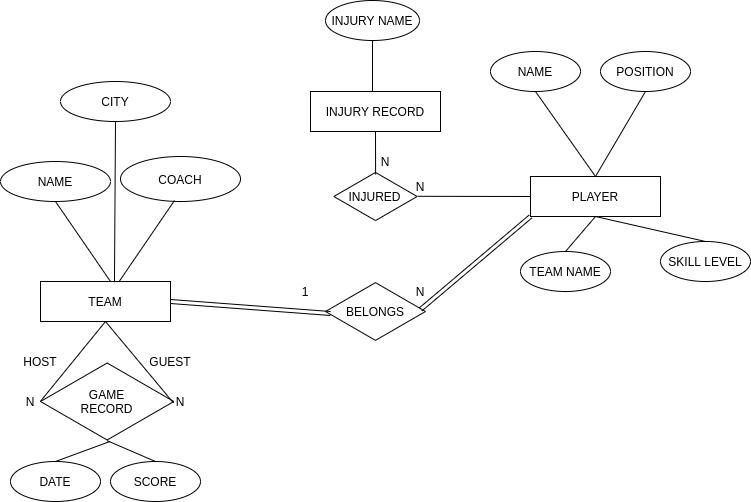
The draw.io diagram SEM III/DBMS/ASSIGNMENT-3/ONE.png in KeshariPiyush24/B.TECH-CS, before a commit. Source tidied: cells renumbered, new cells last; positions are measured from the earlier drawing's top-left corner, leaving out a move shared by most shapes. Its diagram source:
```xml
<mxGraphModel background="#ffffff">
  <root>
    <mxCell id="0" />
    <mxCell id="1" parent="0" />
    <mxCell id="2" value="TEAM" style="rounded=0;whiteSpace=wrap;html=1;" parent="1" vertex="1">
      <mxGeometry x="40" y="281" width="130" height="40" as="geometry" />
    </mxCell>
    <mxCell id="3" value="INJURY RECORD" style="rounded=0;whiteSpace=wrap;html=1;" parent="1" vertex="1">
      <mxGeometry x="310" y="91" width="130" height="40" as="geometry" />
    </mxCell>
    <mxCell id="4" value="PLAYER" style="rounded=0;whiteSpace=wrap;html=1;" parent="1" vertex="1">
      <mxGeometry x="530" y="176" width="130" height="40" as="geometry" />
    </mxCell>
    <mxCell id="5" value="COACH" style="ellipse;whiteSpace=wrap;html=1;" parent="1" vertex="1">
      <mxGeometry x="120" y="156" width="120" height="45" as="geometry" />
    </mxCell>
    <mxCell id="6" value="NAME" style="ellipse;whiteSpace=wrap;html=1;" parent="1" vertex="1">
      <mxGeometry x="490" y="51" width="90" height="40" as="geometry" />
    </mxCell>
    <mxCell id="7" value="CITY" style="ellipse;whiteSpace=wrap;html=1;" parent="1" vertex="1">
      <mxGeometry x="60" y="81" width="110" height="40" as="geometry" />
    </mxCell>
    <mxCell id="8" value="NAME" style="ellipse;whiteSpace=wrap;html=1;" parent="1" vertex="1">
      <mxGeometry y="161" width="110" height="40" as="geometry" />
    </mxCell>
    <mxCell id="9" style="endArrow=none;html=1;" parent="1" edge="1" source="2">
      <mxGeometry relative="1" as="geometry">
        <mxPoint x="174" y="200" as="targetPoint" />
      </mxGeometry>
    </mxCell>
    <mxCell id="10" style="endArrow=none;html=1;entryX=0.5;entryY=1;entryDx=0;entryDy=0;exitX=0.569;exitY=0.016;exitDx=0;exitDy=0;exitPerimeter=0;" parent="1" edge="1" source="2" target="7">
      <mxGeometry relative="1" as="geometry" />
    </mxCell>
    <mxCell id="11" style="endArrow=none;html=1;entryX=0.5;entryY=1;entryDx=0;entryDy=0;" parent="1" edge="1" target="8">
      <mxGeometry relative="1" as="geometry">
        <mxPoint x="110" y="281" as="sourcePoint" />
      </mxGeometry>
    </mxCell>
    <mxCell id="12" value="POSITION" style="ellipse;whiteSpace=wrap;html=1;" parent="1" vertex="1">
      <mxGeometry x="600" y="51" width="90" height="40" as="geometry" />
    </mxCell>
    <mxCell id="13" value="DATE" style="ellipse;whiteSpace=wrap;html=1;" parent="1" vertex="1">
      <mxGeometry x="10" y="461" width="90" height="40" as="geometry" />
    </mxCell>
    <mxCell id="14" value="SCORE" style="ellipse;whiteSpace=wrap;html=1;" parent="1" vertex="1">
      <mxGeometry x="110" y="461" width="90" height="40" as="geometry" />
    </mxCell>
    <mxCell id="15" value="SKILL LEVEL" style="ellipse;whiteSpace=wrap;html=1;" parent="1" vertex="1">
      <mxGeometry x="660" y="241" width="90" height="40" as="geometry" />
    </mxCell>
    <mxCell id="16" value="TEAM NAME" style="ellipse;whiteSpace=wrap;html=1;" parent="1" vertex="1">
      <mxGeometry x="520" y="251" width="90" height="40" as="geometry" />
    </mxCell>
    <mxCell id="17" value="INJURED" style="html=1;whiteSpace=wrap;shape=isoRectangle;" parent="1" vertex="1">
      <mxGeometry x="333.3" y="171" width="83.3" height="50" as="geometry" />
    </mxCell>
    <mxCell id="18" style="endArrow=none;html=1;entryX=0.5;entryY=0;entryDx=0;entryDy=0;exitX=0.5;exitY=1;exitDx=0;exitDy=0;" parent="1" edge="1" source="6" target="4">
      <mxGeometry relative="1" as="geometry" />
    </mxCell>
    <mxCell id="19" style="endArrow=none;html=1;entryX=0.5;entryY=0;entryDx=0;entryDy=0;exitX=0.5;exitY=1;exitDx=0;exitDy=0;" parent="1" edge="1" source="12" target="4">
      <mxGeometry relative="1" as="geometry" />
    </mxCell>
    <mxCell id="20" style="endArrow=none;html=1;entryX=0.5;entryY=1;entryDx=0;entryDy=0;exitX=0.5;exitY=0;exitDx=0;exitDy=0;" parent="1" edge="1" source="16" target="4">
      <mxGeometry relative="1" as="geometry" />
    </mxCell>
    <mxCell id="21" style="endArrow=none;html=1;entryX=0.5;entryY=1;entryDx=0;entryDy=0;exitX=0.5;exitY=0;exitDx=0;exitDy=0;" parent="1" edge="1" source="15" target="4">
      <mxGeometry relative="1" as="geometry" />
    </mxCell>
    <mxCell id="22" style="endArrow=none;html=1;entryX=0.501;entryY=0.06;entryDx=0;entryDy=0;exitX=0.5;exitY=1;exitDx=0;exitDy=0;entryPerimeter=0;" parent="1" edge="1" source="3" target="17">
      <mxGeometry relative="1" as="geometry" />
    </mxCell>
    <mxCell id="23" style="endArrow=none;html=1;entryX=0;entryY=0.5;entryDx=0;entryDy=0;exitX=1.007;exitY=0.496;exitDx=0;exitDy=0;exitPerimeter=0;" parent="1" edge="1" source="17" target="4">
      <mxGeometry relative="1" as="geometry" />
    </mxCell>
    <mxCell id="24" value="GAME&lt;br&gt;RECORD" style="html=1;whiteSpace=wrap;shape=isoRectangle;" parent="1" vertex="1">
      <mxGeometry x="40" y="361" width="133.3" height="80" as="geometry" />
    </mxCell>
    <mxCell id="25" value="BELONGS" style="html=1;whiteSpace=wrap;shape=isoRectangle;" parent="1" vertex="1">
      <mxGeometry x="325" y="281" width="100" height="60" as="geometry" />
    </mxCell>
    <mxCell id="26" style="shape=link;html=1;exitX=1;exitY=0.5;exitDx=0;exitDy=0;" parent="1" edge="1" source="2">
      <mxGeometry relative="1" as="geometry">
        <mxPoint x="330" y="313" as="targetPoint" />
      </mxGeometry>
    </mxCell>
    <mxCell id="27" style="shape=link;html=1;entryX=0;entryY=1;entryDx=0;entryDy=0;" parent="1" edge="1" target="4">
      <mxGeometry relative="1" as="geometry">
        <mxPoint x="420" y="309" as="sourcePoint" />
      </mxGeometry>
    </mxCell>
    <mxCell id="28" style="endArrow=none;html=1;entryX=0.997;entryY=0.517;entryDx=0;entryDy=0;entryPerimeter=0;exitX=0.5;exitY=1;exitDx=0;exitDy=0;" parent="1" edge="1" source="2" target="24">
      <mxGeometry relative="1" as="geometry" />
    </mxCell>
    <mxCell id="29" style="endArrow=none;html=1;exitX=0.5;exitY=1;exitDx=0;exitDy=0;entryX=-0.001;entryY=0.499;entryDx=0;entryDy=0;entryPerimeter=0;" parent="1" edge="1" source="2" target="24">
      <mxGeometry relative="1" as="geometry" />
    </mxCell>
    <mxCell id="30" style="endArrow=none;html=1;exitX=0.5;exitY=0.99;exitDx=0;exitDy=0;exitPerimeter=0;entryX=0.5;entryY=0;entryDx=0;entryDy=0;" parent="1" edge="1" source="24" target="14">
      <mxGeometry relative="1" as="geometry" />
    </mxCell>
    <mxCell id="31" style="endArrow=none;html=1;exitX=0.522;exitY=0.999;exitDx=0;exitDy=0;exitPerimeter=0;entryX=0.5;entryY=0;entryDx=0;entryDy=0;" parent="1" edge="1" source="24" target="13">
      <mxGeometry relative="1" as="geometry" />
    </mxCell>
    <mxCell id="32" value="1" style="text;html=1;strokeColor=none;fillColor=none;align=center;verticalAlign=middle;whiteSpace=wrap;rounded=0;" parent="1" vertex="1">
      <mxGeometry x="285" y="281" width="40" height="20" as="geometry" />
    </mxCell>
    <mxCell id="33" value="N" style="text;html=1;strokeColor=none;fillColor=none;align=center;verticalAlign=middle;whiteSpace=wrap;rounded=0;" parent="1" vertex="1">
      <mxGeometry x="400" y="281" width="40" height="20" as="geometry" />
    </mxCell>
    <mxCell id="34" value="N" style="text;html=1;strokeColor=none;fillColor=none;align=center;verticalAlign=middle;whiteSpace=wrap;rounded=0;" parent="1" vertex="1">
      <mxGeometry x="400" y="176" width="40" height="20" as="geometry" />
    </mxCell>
    <mxCell id="35" value="N" style="text;html=1;strokeColor=none;fillColor=none;align=center;verticalAlign=middle;whiteSpace=wrap;rounded=0;" parent="1" vertex="1">
      <mxGeometry x="365" y="151" width="40" height="20" as="geometry" />
    </mxCell>
    <mxCell id="36" value="N" style="text;html=1;strokeColor=none;fillColor=none;align=center;verticalAlign=middle;whiteSpace=wrap;rounded=0;" parent="1" vertex="1">
      <mxGeometry x="10" y="391" width="40" height="20" as="geometry" />
    </mxCell>
    <mxCell id="37" value="N" style="text;html=1;strokeColor=none;fillColor=none;align=center;verticalAlign=middle;whiteSpace=wrap;rounded=0;" parent="1" vertex="1">
      <mxGeometry x="160" y="391" width="40" height="20" as="geometry" />
    </mxCell>
    <mxCell id="38" value="HOST" style="text;html=1;strokeColor=none;fillColor=none;align=center;verticalAlign=middle;whiteSpace=wrap;rounded=0;" parent="1" vertex="1">
      <mxGeometry x="20" y="351" width="40" height="20" as="geometry" />
    </mxCell>
    <mxCell id="39" value="GUEST" style="text;html=1;strokeColor=none;fillColor=none;align=center;verticalAlign=middle;whiteSpace=wrap;rounded=0;" parent="1" vertex="1">
      <mxGeometry x="150" y="351" width="40" height="20" as="geometry" />
    </mxCell>
    <mxCell id="40" value="INJURY NAME" style="ellipse;whiteSpace=wrap;html=1;" parent="1" vertex="1">
      <mxGeometry x="325" width="94" height="40" as="geometry" />
    </mxCell>
    <mxCell id="41" style="endArrow=none;html=1;" parent="1" edge="1">
      <mxGeometry relative="1" as="geometry">
        <mxPoint x="372" y="91" as="sourcePoint" />
        <mxPoint x="372" y="40" as="targetPoint" />
      </mxGeometry>
    </mxCell>
  </root>
</mxGraphModel>
```
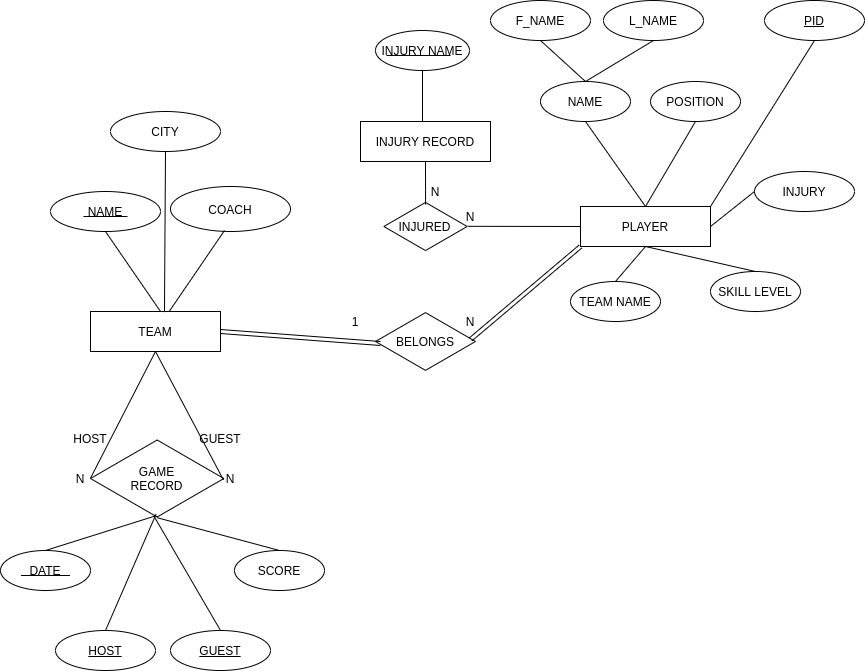
The same diagram one commit later.

The edit, as a diff of the source:
```diff
@@ -40,10 +40,10 @@
       <mxGeometry x="600" y="51" width="90" height="40" as="geometry" />
     </mxCell>
     <mxCell id="13" value="DATE" style="ellipse;whiteSpace=wrap;html=1;" parent="1" vertex="1">
-      <mxGeometry x="10" y="461" width="90" height="40" as="geometry" />
+      <mxGeometry x="-50" y="520" width="90" height="40" as="geometry" />
     </mxCell>
     <mxCell id="14" value="SCORE" style="ellipse;whiteSpace=wrap;html=1;" parent="1" vertex="1">
-      <mxGeometry x="110" y="461" width="90" height="40" as="geometry" />
+      <mxGeometry x="184" y="520" width="90" height="40" as="geometry" />
     </mxCell>
     <mxCell id="15" value="SKILL LEVEL" style="ellipse;whiteSpace=wrap;html=1;" parent="1" vertex="1">
       <mxGeometry x="660" y="241" width="90" height="40" as="geometry" />
@@ -73,7 +73,7 @@
       <mxGeometry relative="1" as="geometry" />
     </mxCell>
     <mxCell id="24" value="GAME&lt;br&gt;RECORD" style="html=1;whiteSpace=wrap;shape=isoRectangle;" parent="1" vertex="1">
-      <mxGeometry x="40" y="361" width="133.3" height="80" as="geometry" />
+      <mxGeometry x="40" y="408" width="133.3" height="80" as="geometry" />
     </mxCell>
     <mxCell id="25" value="BELONGS" style="html=1;whiteSpace=wrap;shape=isoRectangle;" parent="1" vertex="1">
       <mxGeometry x="325" y="281" width="100" height="60" as="geometry" />
@@ -97,7 +97,7 @@
     <mxCell id="30" style="endArrow=none;html=1;exitX=0.5;exitY=0.99;exitDx=0;exitDy=0;exitPerimeter=0;entryX=0.5;entryY=0;entryDx=0;entryDy=0;" parent="1" edge="1" source="24" target="14">
       <mxGeometry relative="1" as="geometry" />
     </mxCell>
-    <mxCell id="31" style="endArrow=none;html=1;exitX=0.522;exitY=0.999;exitDx=0;exitDy=0;exitPerimeter=0;entryX=0.5;entryY=0;entryDx=0;entryDy=0;" parent="1" edge="1" source="24" target="13">
+    <mxCell id="31" style="endArrow=none;html=1;entryX=0.5;entryY=0;entryDx=0;entryDy=0;exitX=0.492;exitY=0.965;exitDx=0;exitDy=0;exitPerimeter=0;" parent="1" edge="1" source="24" target="13">
       <mxGeometry relative="1" as="geometry" />
     </mxCell>
     <mxCell id="32" value="1" style="text;html=1;strokeColor=none;fillColor=none;align=center;verticalAlign=middle;whiteSpace=wrap;rounded=0;" parent="1" vertex="1">
@@ -113,16 +113,16 @@
       <mxGeometry x="365" y="151" width="40" height="20" as="geometry" />
     </mxCell>
     <mxCell id="36" value="N" style="text;html=1;strokeColor=none;fillColor=none;align=center;verticalAlign=middle;whiteSpace=wrap;rounded=0;" parent="1" vertex="1">
-      <mxGeometry x="10" y="391" width="40" height="20" as="geometry" />
+      <mxGeometry x="10" y="438" width="40" height="20" as="geometry" />
     </mxCell>
     <mxCell id="37" value="N" style="text;html=1;strokeColor=none;fillColor=none;align=center;verticalAlign=middle;whiteSpace=wrap;rounded=0;" parent="1" vertex="1">
-      <mxGeometry x="160" y="391" width="40" height="20" as="geometry" />
+      <mxGeometry x="160" y="438" width="40" height="20" as="geometry" />
     </mxCell>
     <mxCell id="38" value="HOST" style="text;html=1;strokeColor=none;fillColor=none;align=center;verticalAlign=middle;whiteSpace=wrap;rounded=0;" parent="1" vertex="1">
-      <mxGeometry x="20" y="351" width="40" height="20" as="geometry" />
+      <mxGeometry x="20" y="398" width="40" height="20" as="geometry" />
     </mxCell>
     <mxCell id="39" value="GUEST" style="text;html=1;strokeColor=none;fillColor=none;align=center;verticalAlign=middle;whiteSpace=wrap;rounded=0;" parent="1" vertex="1">
-      <mxGeometry x="150" y="351" width="40" height="20" as="geometry" />
+      <mxGeometry x="150" y="398" width="40" height="20" as="geometry" />
     </mxCell>
     <mxCell id="40" value="INJURY NAME" style="ellipse;whiteSpace=wrap;html=1;" parent="1" vertex="1">
       <mxGeometry x="325" width="94" height="40" as="geometry" />
@@ -133,5 +133,50 @@
         <mxPoint x="372" y="40" as="targetPoint" />
       </mxGeometry>
     </mxCell>
+    <mxCell id="42" style="line;strokeWidth=1;dashed=0;labelPosition=right;align=left;verticalAlign=middle;spacingTop=0;spacingLeft=6;" parent="1" vertex="1">
+      <mxGeometry x="33" y="171" width="44" height="30" as="geometry" />
+    </mxCell>
+    <mxCell id="43" style="line;strokeWidth=1;dashed=0;labelPosition=right;align=left;verticalAlign=middle;spacingTop=0;spacingLeft=6;" parent="1" vertex="1">
+      <mxGeometry x="336" y="20" width="64" height="10" as="geometry" />
+    </mxCell>
+    <mxCell id="44" value="INJURY" style="ellipse;whiteSpace=wrap;html=1;align=center;" parent="1" vertex="1">
+      <mxGeometry x="704" y="141" width="100" height="40" as="geometry" />
+    </mxCell>
+    <mxCell id="45" style="endArrow=none;html=1;entryX=1;entryY=0.5;entryDx=0;entryDy=0;exitX=0;exitY=0.5;exitDx=0;exitDy=0;" parent="1" edge="1" source="44" target="4">
+      <mxGeometry relative="1" as="geometry" />
+    </mxCell>
+    <mxCell id="46" value="GUEST" style="ellipse;whiteSpace=wrap;html=1;align=center;fontStyle=4;" parent="1" vertex="1">
+      <mxGeometry x="120" y="600" width="100" height="40" as="geometry" />
+    </mxCell>
+    <mxCell id="47" value="HOST" style="ellipse;whiteSpace=wrap;html=1;align=center;fontStyle=4;" parent="1" vertex="1">
+      <mxGeometry x="5" y="600" width="100" height="40" as="geometry" />
+    </mxCell>
+    <mxCell id="48" style="endArrow=none;html=1;entryX=0.492;entryY=0.945;entryDx=0;entryDy=0;entryPerimeter=0;exitX=0.5;exitY=0;exitDx=0;exitDy=0;" parent="1" edge="1" source="47" target="24">
+      <mxGeometry relative="1" as="geometry" />
+    </mxCell>
+    <mxCell id="49" style="endArrow=none;html=1;entryX=0.474;entryY=0.965;entryDx=0;entryDy=0;entryPerimeter=0;exitX=0.5;exitY=0;exitDx=0;exitDy=0;" parent="1" edge="1" source="46" target="24">
+      <mxGeometry relative="1" as="geometry" />
+    </mxCell>
+    <mxCell id="50" style="line;strokeWidth=1;dashed=0;labelPosition=right;align=left;verticalAlign=middle;spacingTop=0;spacingLeft=6;" parent="1" vertex="1">
+      <mxGeometry x="-29.5" y="540" width="49" height="10" as="geometry" />
+    </mxCell>
+    <mxCell id="51" value="PID" style="ellipse;whiteSpace=wrap;html=1;align=center;fontStyle=4;" parent="1" vertex="1">
+      <mxGeometry x="714" y="-30" width="100" height="40" as="geometry" />
+    </mxCell>
+    <mxCell id="52" style="endArrow=none;html=1;exitX=1;exitY=0;exitDx=0;exitDy=0;entryX=0.5;entryY=1;entryDx=0;entryDy=0;" parent="1" edge="1" source="4" target="51">
+      <mxGeometry relative="1" as="geometry" />
+    </mxCell>
+    <mxCell id="53" value="L_NAME" style="ellipse;whiteSpace=wrap;html=1;align=center;" parent="1" vertex="1">
+      <mxGeometry x="553" y="-30" width="100" height="40" as="geometry" />
+    </mxCell>
+    <mxCell id="54" value="F_NAME" style="ellipse;whiteSpace=wrap;html=1;align=center;" parent="1" vertex="1">
+      <mxGeometry x="440" y="-30" width="100" height="40" as="geometry" />
+    </mxCell>
+    <mxCell id="55" style="endArrow=none;html=1;entryX=0.5;entryY=1;entryDx=0;entryDy=0;exitX=0.5;exitY=0;exitDx=0;exitDy=0;" parent="1" edge="1" source="6" target="53">
+      <mxGeometry relative="1" as="geometry" />
+    </mxCell>
+    <mxCell id="56" style="endArrow=none;html=1;entryX=0.5;entryY=1;entryDx=0;entryDy=0;exitX=0.5;exitY=0;exitDx=0;exitDy=0;" parent="1" edge="1" source="6" target="54">
+      <mxGeometry relative="1" as="geometry" />
+    </mxCell>
   </root>
 </mxGraphModel>
```
